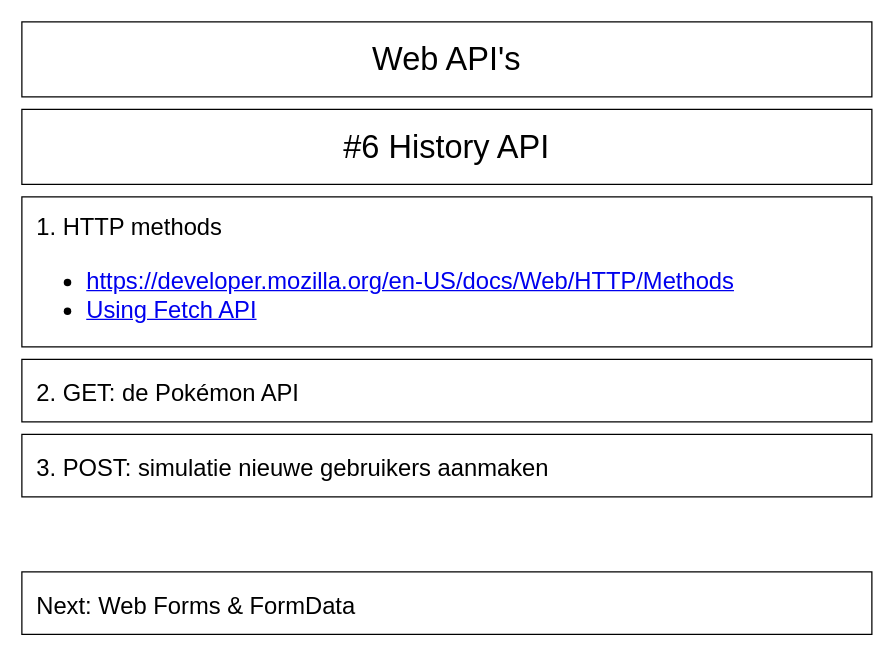
Before: page "History API" (8 of 11) of schemes/web-apis.drawio in timdpaep/screencast-assets, a draw.io diagram. Source tidied: cells renumbered, new cells numbered last; positions are measured from the earlier drawing's top-left corner, leaving out a move shared by most shapes. Both pictures are drawn from the tidied source at 125%, with x=0, y=0 at pixel (21, 21).
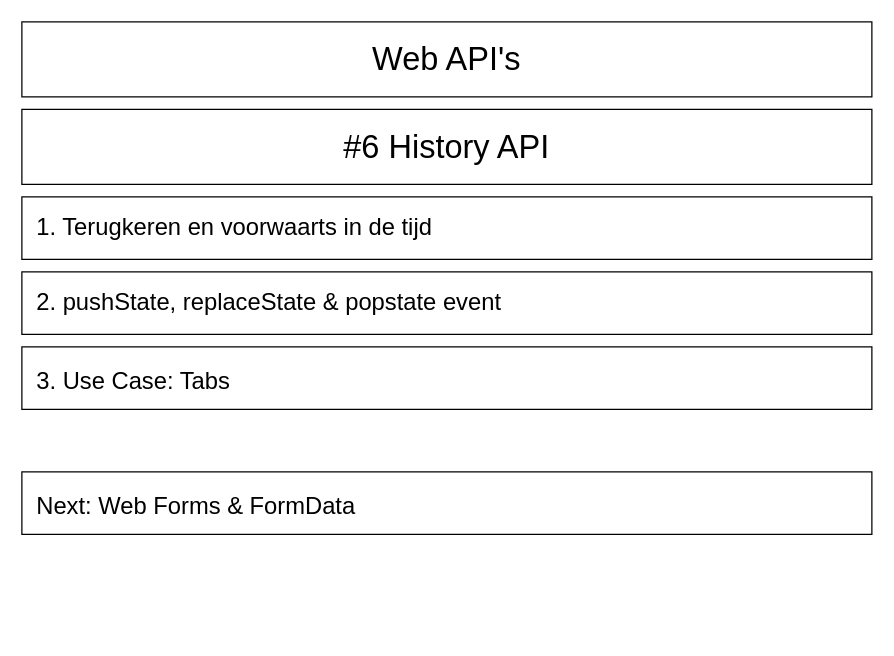
The same diagram, later.

What changed in the source:
```diff
@@
 <mxGraphModel>
   <root>
     <mxCell id="0" />
     <mxCell id="1" parent="0" />
     <mxCell id="2" value="Web API's" style="rounded=0;whiteSpace=wrap;html=1;fontSize=26;" parent="1" vertex="1">
       <mxGeometry width="680" height="60" as="geometry" />
     </mxCell>
-    <mxCell id="3" value="&lt;font style=&quot;font-size: 19px&quot;&gt;&lt;span style=&quot;font-size: 19px&quot;&gt;1. HTTP methods&lt;/span&gt;&lt;br&gt;&lt;ul&gt;&lt;li&gt;&lt;font&gt;&lt;span style=&quot;font-size: 19px&quot;&gt;&lt;a href=&quot;https://developer.mozilla.org/en-US/docs/Web/HTTP/Methods&quot;&gt;https://developer.mozilla.org/en-US/docs/Web/HTTP/Methods&lt;/a&gt;&lt;/span&gt;&lt;/font&gt;&lt;/li&gt;&lt;li&gt;&lt;font style=&quot;font-size: 19px&quot;&gt;&lt;font style=&quot;font-size: 19px&quot;&gt;&lt;a href=&quot;https://developer.mozilla.org/en-US/docs/Web/API/Fetch_API/Using_Fetch&quot;&gt;Using Fetch API&lt;/a&gt;&lt;/font&gt;&lt;/font&gt;&lt;/li&gt;&lt;/ul&gt;&lt;br&gt;&lt;/font&gt;" style="rounded=0;whiteSpace=wrap;html=1;fontSize=26;align=left;spacingLeft=10;verticalAlign=top;" parent="1" vertex="1">
-      <mxGeometry y="140" width="680" height="120" as="geometry" />
+    <mxCell id="3" value="&lt;font style=&quot;font-size: 19px&quot;&gt;&lt;span style=&quot;font-size: 19px&quot;&gt;1. Terugkeren en voorwaarts in de tijd&lt;/span&gt;&lt;br&gt;&lt;/font&gt;" style="rounded=0;whiteSpace=wrap;html=1;fontSize=26;align=left;spacingLeft=10;verticalAlign=top;" parent="1" vertex="1">
+      <mxGeometry y="140" width="680" height="50" as="geometry" />
     </mxCell>
     <mxCell id="4" value="#6 History API" style="rounded=0;whiteSpace=wrap;html=1;fontSize=26;" parent="1" vertex="1">
       <mxGeometry y="70" width="680" height="60" as="geometry" />
     </mxCell>
-    <mxCell id="5" value="&lt;font style=&quot;font-size: 19px&quot;&gt;2. GET: de Pokémon API&lt;br&gt;&lt;/font&gt;" style="rounded=0;whiteSpace=wrap;html=1;fontSize=26;align=left;spacingLeft=10;" parent="1" vertex="1">
-      <mxGeometry y="270" width="680" height="50" as="geometry" />
+    <mxCell id="5" value="&lt;font style=&quot;font-size: 19px&quot;&gt;3. Use Case: Tabs&lt;br&gt;&lt;/font&gt;" style="rounded=0;whiteSpace=wrap;html=1;fontSize=26;align=left;spacingLeft=10;" parent="1" vertex="1">
+      <mxGeometry y="260" width="680" height="50" as="geometry" />
     </mxCell>
     <mxCell id="6" value="&lt;font style=&quot;font-size: 19px&quot;&gt;Next: Web Forms &amp;amp; FormData&lt;br&gt;&lt;/font&gt;" style="rounded=0;whiteSpace=wrap;html=1;fontSize=26;align=left;spacingLeft=10;" parent="1" vertex="1">
-      <mxGeometry y="440" width="680" height="50" as="geometry" />
+      <mxGeometry y="360" width="680" height="50" as="geometry" />
     </mxCell>
-    <mxCell id="7" value="&lt;font style=&quot;font-size: 19px&quot;&gt;3. POST: simulatie nieuwe gebruikers aanmaken&amp;nbsp;&lt;br&gt;&lt;/font&gt;" style="rounded=0;whiteSpace=wrap;html=1;fontSize=26;align=left;spacingLeft=10;" parent="1" vertex="1">
-      <mxGeometry y="330" width="680" height="50" as="geometry" />
-    </mxCell>
+    <mxCell id="8" value="&lt;font style=&quot;font-size: 19px&quot;&gt;&lt;span style=&quot;font-size: 19px&quot;&gt;2. pushState, replaceState &amp;amp; popstate event&lt;/span&gt;&lt;br&gt;&lt;/font&gt;" style="rounded=0;whiteSpace=wrap;html=1;fontSize=26;align=left;spacingLeft=10;verticalAlign=top;" parent="1" vertex="1">
+      <mxGeometry y="200" width="680" height="50" as="geometry" />
+    </mxCell>
   </root>
 </mxGraphModel>
```
